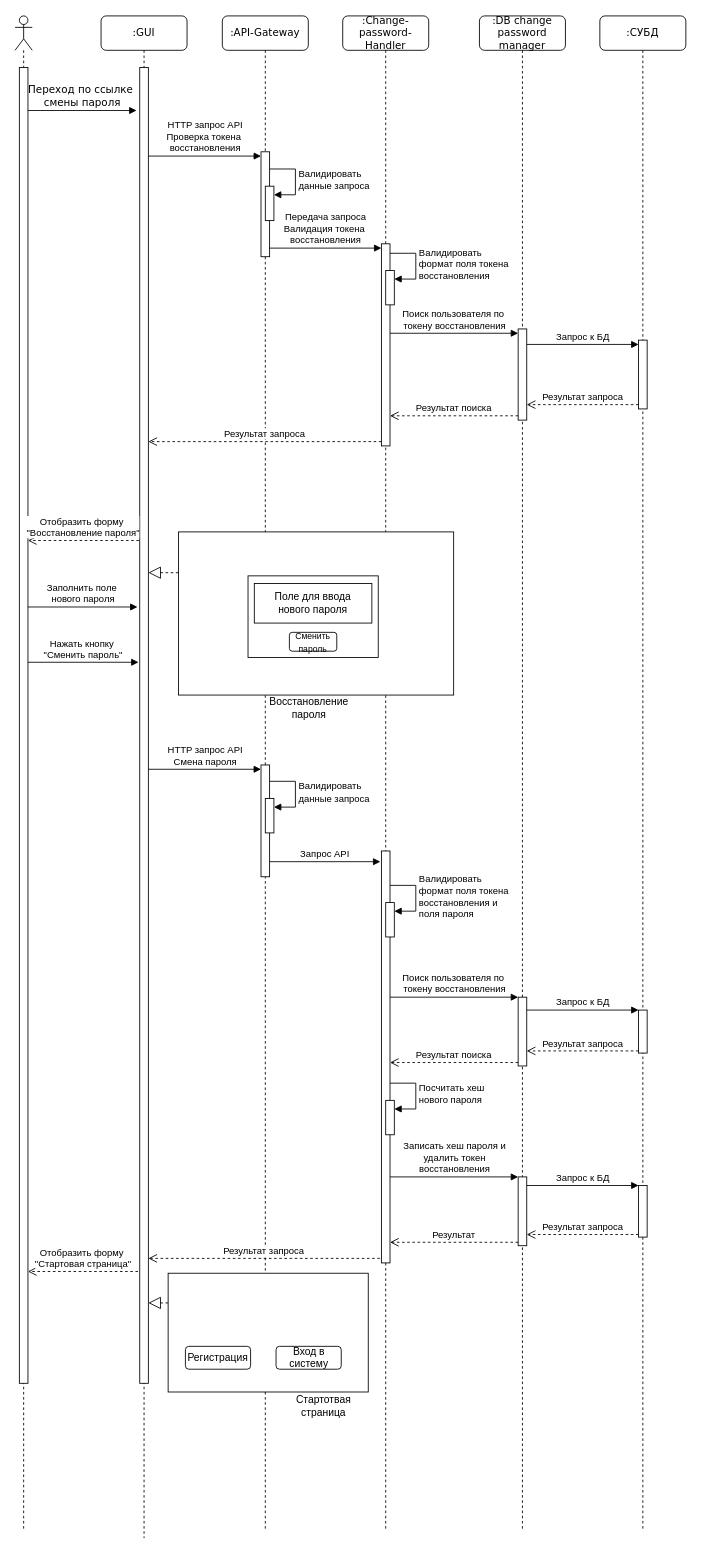
The draw.io diagram raw_diagrams/password_change_link_flow_diagram.drawio in AS2/internet_technologies, before the edit. Source tidied: cells renumbered, new cells numbered last; positions are measured from the earlier drawing's top-left corner, leaving out a move shared by most shapes. Both pictures are drawn from the tidied source at 86%, with x=0, y=0 at pixel (15, 15).
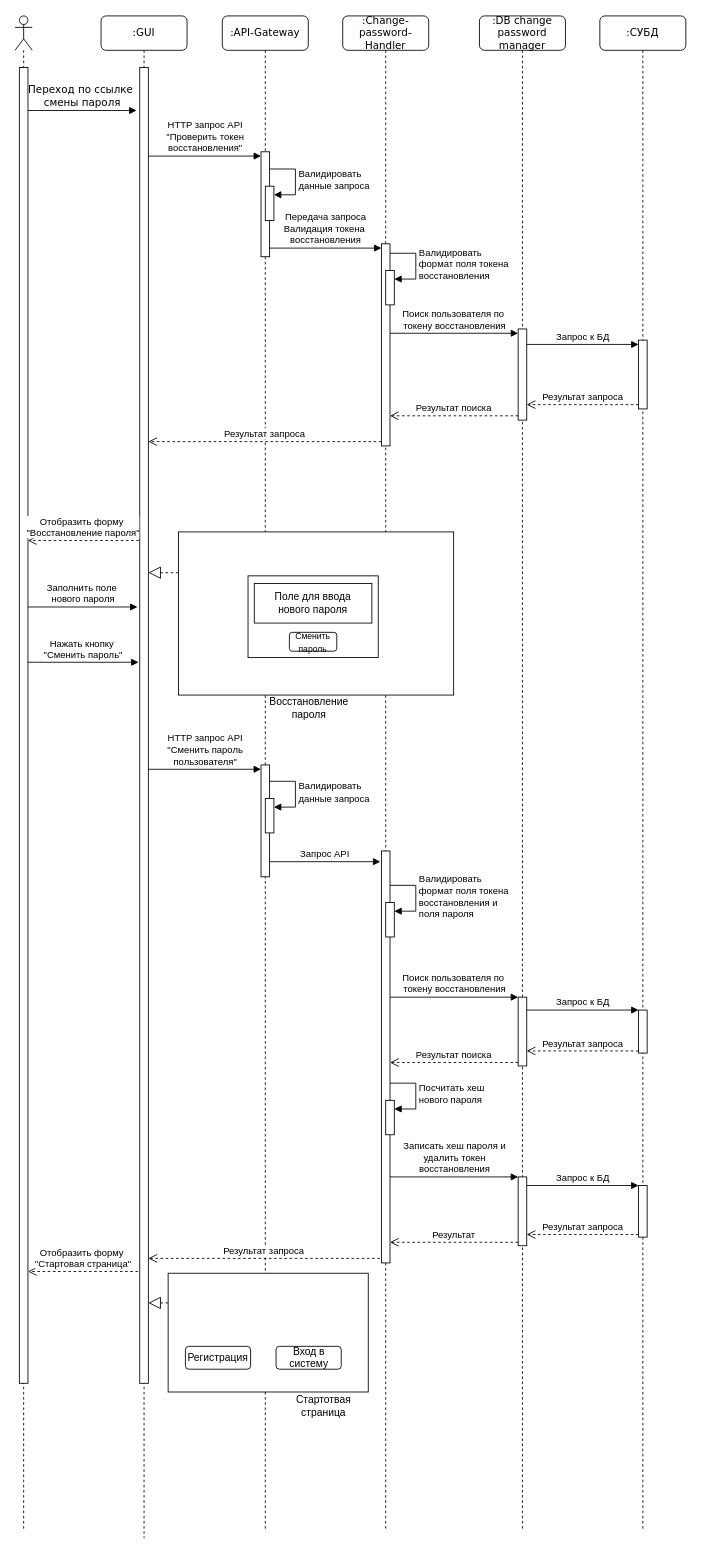
The same diagram, later.

The change refers to these unchanged cells:
```xml
<mxCell id="3" style="html=1;points=[];perimeter=orthogonalPerimeter;" parent="2" vertex="1">
  <mxGeometry x="45" y="60" width="10" height="1530" as="geometry" />
</mxCell>
<mxCell id="5" style="html=1;points=[[0,0,0,0,5],[0,1,0,0,-5],[1,0,0,0,5],[1,1,0,0,-5]];perimeter=orthogonalPerimeter;outlineConnect=0;targetShapes=umlLifeline;portConstraint=eastwest;newEdgeStyle={&quot;curved&quot;:0,&quot;rounded&quot;:0};" parent="4" vertex="1">
  <mxGeometry x="45" y="871" width="10" height="130" as="geometry" />
</mxCell>
<mxCell id="6" style="html=1;points=[[0,0,0,0,5],[0,1,0,0,-5],[1,0,0,0,5],[1,1,0,0,-5]];perimeter=orthogonalPerimeter;outlineConnect=0;targetShapes=umlLifeline;portConstraint=eastwest;newEdgeStyle={&quot;curved&quot;:0,&quot;rounded&quot;:0};" parent="4" vertex="1">
  <mxGeometry x="45" y="158" width="10" height="122" as="geometry" />
</mxCell>
```

What changed in the source:
```diff
@@
-    <mxCell id="22" value="HTTP запрос API&lt;div&gt;Смена пароля&lt;/div&gt;" style="html=1;verticalAlign=bottom;endArrow=block;entryX=0;entryY=0;rounded=0;entryDx=0;entryDy=5;entryPerimeter=0;" parent="1" edge="1" target="5">
+    <mxCell id="22" value="HTTP запрос API&lt;div&gt;&quot;Сменить пароль &lt;br&gt;пользователя&quot;&lt;/div&gt;" style="html=1;verticalAlign=bottom;endArrow=block;entryX=0;entryY=0;rounded=0;entryDx=0;entryDy=5;entryPerimeter=0;" parent="1" edge="1" target="5">
       <mxGeometry relative="1" as="geometry">
         <mxPoint x="155" y="876" as="sourcePoint" />
       </mxGeometry>
     </mxCell>
@@
-    <mxCell id="55" value="HTTP запрос API&lt;div&gt;Проверка токена&amp;nbsp;&lt;/div&gt;&lt;div&gt;восстановления&lt;/div&gt;" style="html=1;verticalAlign=bottom;endArrow=block;curved=0;rounded=0;entryX=0;entryY=0;entryDx=0;entryDy=5;" parent="1" edge="1" source="3" target="6">
+    <mxCell id="55" value="HTTP запрос API&lt;div&gt;&quot;Проверить токен &lt;br&gt;восстановления&quot;&lt;/div&gt;" style="html=1;verticalAlign=bottom;endArrow=block;curved=0;rounded=0;entryX=0;entryY=0;entryDx=0;entryDy=5;" parent="1" edge="1" source="3" target="6">
       <mxGeometry relative="1" as="geometry" />
     </mxCell>
```
